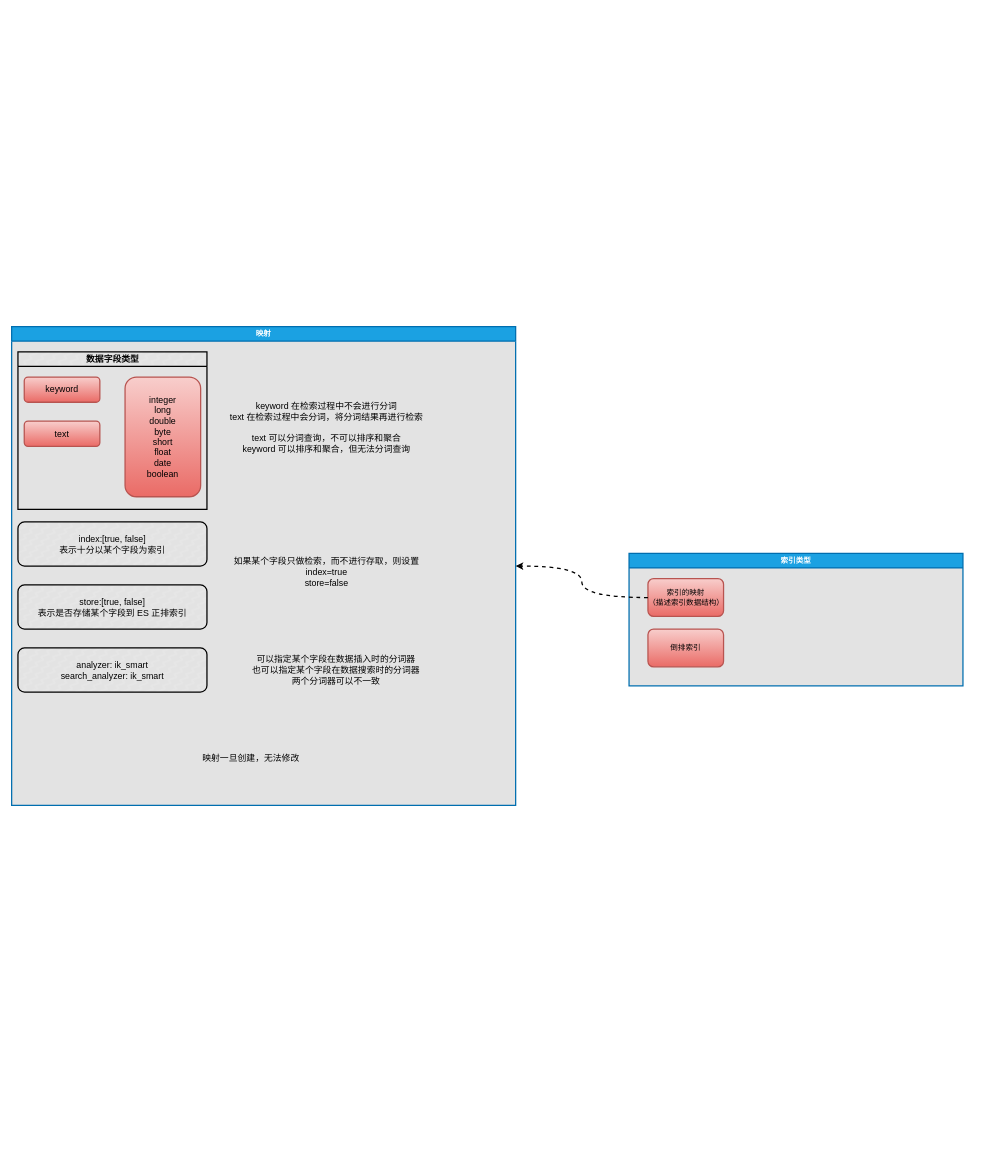
The draw.io diagram src/main/resource/learn.elasticsearch/索引基础.drawio in xauvlove/uml, before the edit. Source tidied: cells renumbered, new cells numbered last; positions are measured from the earlier drawing's top-left corner, leaving out a move shared by most shapes. Both pictures are drawn from the tidied source at 63%, with x=0, y=0 at pixel (11, 326).
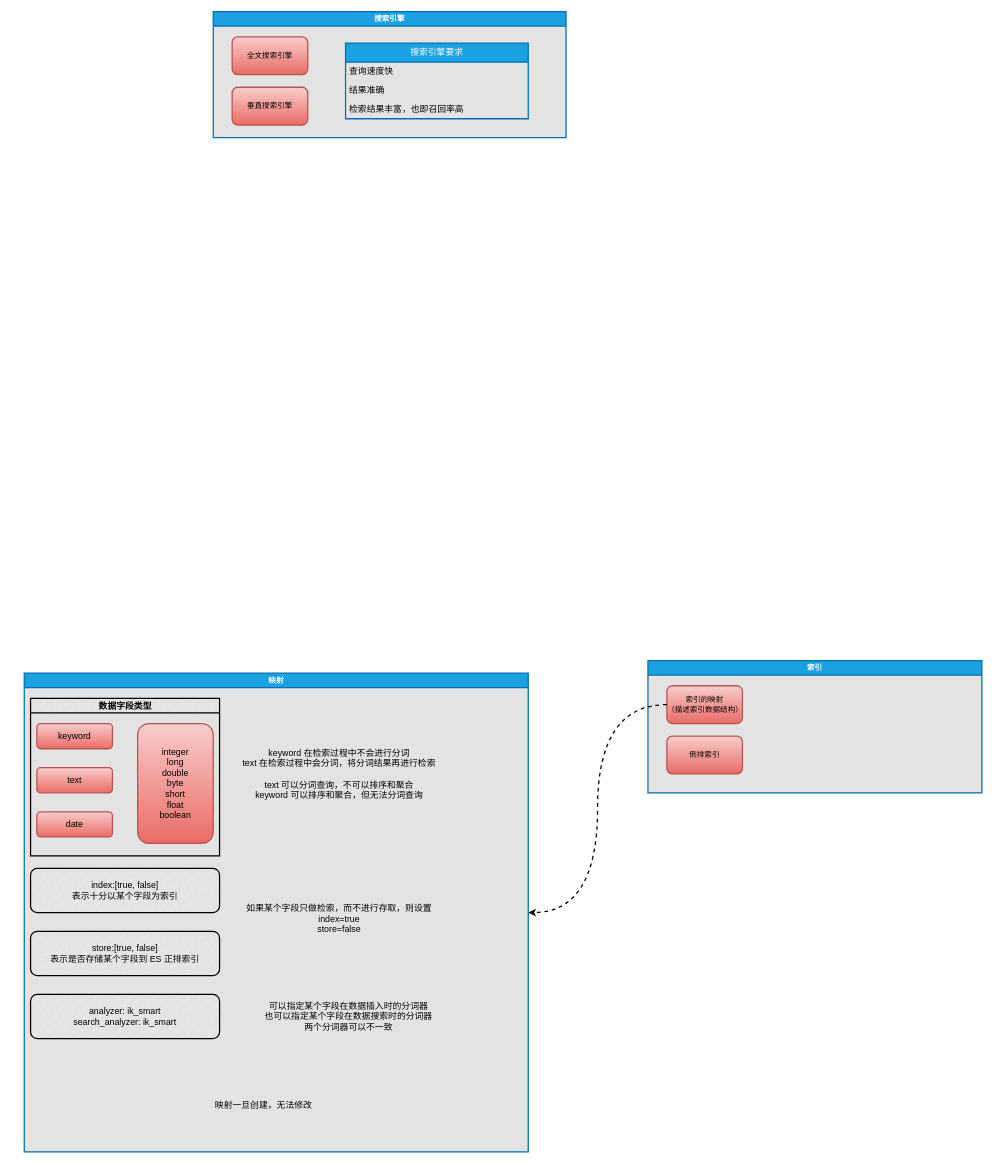
Above is the later version.

The change refers to these unchanged cells:
```xml
<mxCell id="10" value="数据字段类型" style="swimlane;labelBackgroundColor=none;labelBorderColor=none;sketch=0;hachureGap=4;jiggle=2;fillStyle=zigzag-line;curveFitting=1;strokeWidth=2;fontFamily=Helvetica;fontSize=14;fillColor=#E6E6E6;html=1;" parent="5" vertex="1">
  <mxGeometry x="10" y="40" width="300" height="250" as="geometry" />
</mxCell>
```

The edit, as a diff of the source:
```diff
@@
-    <mxCell id="2" value="索引类型" style="swimlane;whiteSpace=wrap;html=1;strokeWidth=2;fillColor=#1ba1e2;fontColor=#ffffff;strokeColor=#006EAF;swimlaneFillColor=#E3E3E3;" parent="1" vertex="1">
-      <mxGeometry x="980" y="360" width="530" height="210" as="geometry" />
+    <mxCell id="2" value="索引" style="swimlane;whiteSpace=wrap;html=1;strokeWidth=2;fillColor=#1ba1e2;fontColor=#ffffff;strokeColor=#006EAF;swimlaneFillColor=#E3E3E3;" parent="1" vertex="1">
+      <mxGeometry x="1010" y="530" width="530" height="210" as="geometry" />
     </mxCell>
@@
     <mxCell id="5" value="映射" style="swimlane;whiteSpace=wrap;strokeWidth=2;fillColor=#1ba1e2;fontColor=#ffffff;strokeColor=#006EAF;swimlaneFillColor=#E3E3E3;html=1;labelBorderColor=none;labelBackgroundColor=none;" parent="1" vertex="1">
-      <mxGeometry width="800" height="760" as="geometry" />
+      <mxGeometry x="20" y="550" width="800" height="760" as="geometry" />
     </mxCell>
@@
-    <mxCell id="11" value="integer&lt;br style=&quot;font-size: 14px;&quot;&gt;long&lt;br style=&quot;font-size: 14px;&quot;&gt;double&lt;br style=&quot;font-size: 14px;&quot;&gt;byte&lt;br style=&quot;font-size: 14px;&quot;&gt;short&lt;br style=&quot;font-size: 14px;&quot;&gt;float&lt;br style=&quot;font-size: 14px;&quot;&gt;date&lt;br style=&quot;font-size: 14px;&quot;&gt;boolean" style="rounded=1;whiteSpace=wrap;html=1;strokeWidth=2;fillColor=#f8cecc;gradientColor=#ea6b66;strokeColor=#b85450;fontSize=14;" parent="10" vertex="1">
+    <mxCell id="11" value="integer&lt;br style=&quot;font-size: 14px;&quot;&gt;long&lt;br style=&quot;font-size: 14px;&quot;&gt;double&lt;br style=&quot;font-size: 14px;&quot;&gt;byte&lt;br style=&quot;font-size: 14px;&quot;&gt;short&lt;br style=&quot;font-size: 14px;&quot;&gt;float&lt;br style=&quot;font-size: 14px;&quot;&gt;boolean" style="rounded=1;whiteSpace=wrap;html=1;strokeWidth=2;fillColor=#f8cecc;gradientColor=#ea6b66;strokeColor=#b85450;fontSize=14;" parent="10" vertex="1">
       <mxGeometry x="170" y="40" width="120" height="190" as="geometry" />
     </mxCell>
@@
+    <mxCell id="18" value="date" style="rounded=1;whiteSpace=wrap;html=1;strokeWidth=2;fillColor=#f8cecc;gradientColor=#ea6b66;strokeColor=#b85450;fontSize=14;" parent="10" vertex="1">
+      <mxGeometry x="10" y="180" width="120" height="40" as="geometry" />
+    </mxCell>
@@
+    <mxCell id="19" value="搜索引擎" style="swimlane;whiteSpace=wrap;html=1;strokeWidth=2;fillColor=#1ba1e2;fontColor=#ffffff;strokeColor=#006EAF;swimlaneFillColor=#E3E3E3;" parent="1" vertex="1">
+      <mxGeometry x="320" y="-500" width="560" height="200" as="geometry" />
+    </mxCell>
+    <mxCell id="20" value="全文搜索引擎" style="rounded=1;whiteSpace=wrap;html=1;strokeWidth=2;fillColor=#f8cecc;gradientColor=#ea6b66;strokeColor=#b85450;" parent="19" vertex="1">
+      <mxGeometry x="30" y="40" width="120" height="60" as="geometry" />
+    </mxCell>
+    <mxCell id="21" value="垂直搜索引擎" style="rounded=1;whiteSpace=wrap;html=1;strokeWidth=2;fillColor=#f8cecc;gradientColor=#ea6b66;strokeColor=#b85450;" parent="19" vertex="1">
+      <mxGeometry x="30" y="120" width="120" height="60" as="geometry" />
+    </mxCell>
+    <mxCell id="22" value="搜索引擎要求" style="swimlane;fontStyle=0;horizontal=1;startSize=30;whiteSpace=wrap;html=1;hachureGap=4;fontFamily=Helvetica;fontSize=14;rounded=0;strokeWidth=2;fillColor=#1ba1e2;fontColor=#ffffff;strokeColor=#006EAF;" parent="19" vertex="1">
+      <mxGeometry x="210" y="50" width="290" height="120" as="geometry" />
+    </mxCell>
+    <mxCell id="23" value="查询速度快" style="text;strokeColor=none;fillColor=none;align=left;verticalAlign=middle;spacingLeft=4;spacingRight=4;overflow=hidden;whiteSpace=wrap;html=1;fontSize=14;fontFamily=Helvetica;" parent="22" vertex="1">
+      <mxGeometry y="30" width="290" height="30" as="geometry" />
+    </mxCell>
+    <mxCell id="24" value="结果准确" style="text;strokeColor=none;fillColor=none;align=left;verticalAlign=middle;spacingLeft=4;spacingRight=4;overflow=hidden;whiteSpace=wrap;html=1;fontSize=14;fontFamily=Helvetica;" parent="22" vertex="1">
+      <mxGeometry y="60" width="290" height="30" as="geometry" />
+    </mxCell>
+    <mxCell id="25" value="检索结果丰富，也即召回率高" style="text;strokeColor=none;fillColor=none;align=left;verticalAlign=middle;spacingLeft=4;spacingRight=4;overflow=hidden;whiteSpace=wrap;html=1;fontSize=14;fontFamily=Helvetica;" parent="22" vertex="1">
+      <mxGeometry y="90" width="290" height="30" as="geometry" />
+    </mxCell>
```
